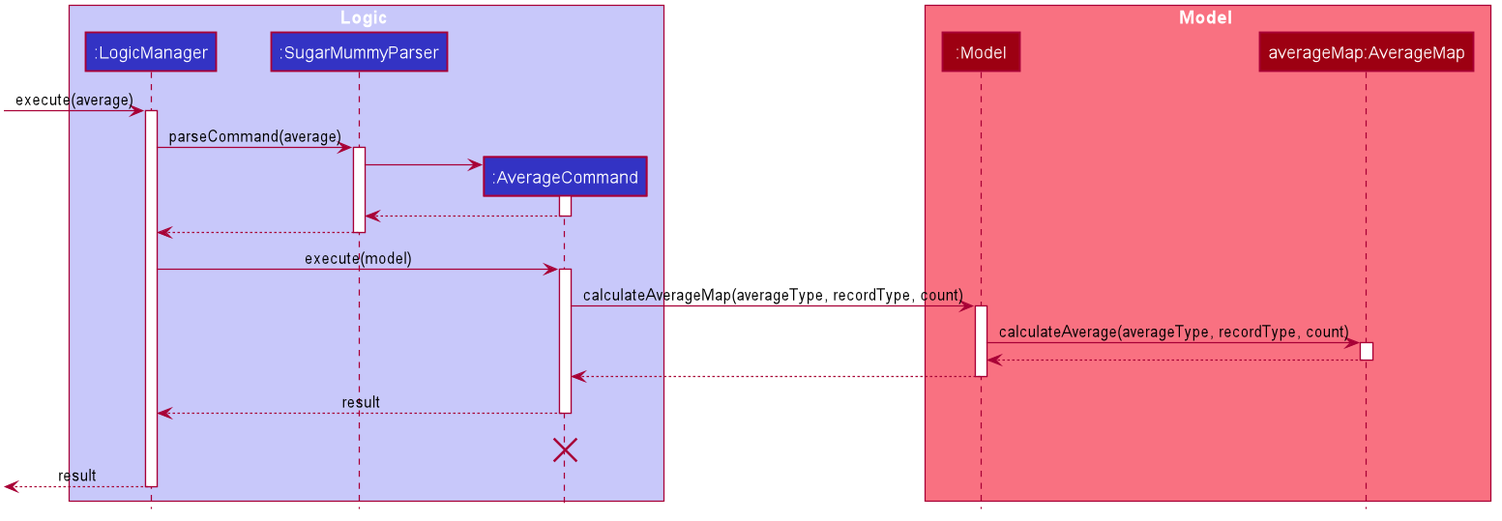
Above: images/AverageSequenceDiagram.png in AY1920S1-CS2103-T16-1/main (PlantUML), before the change.
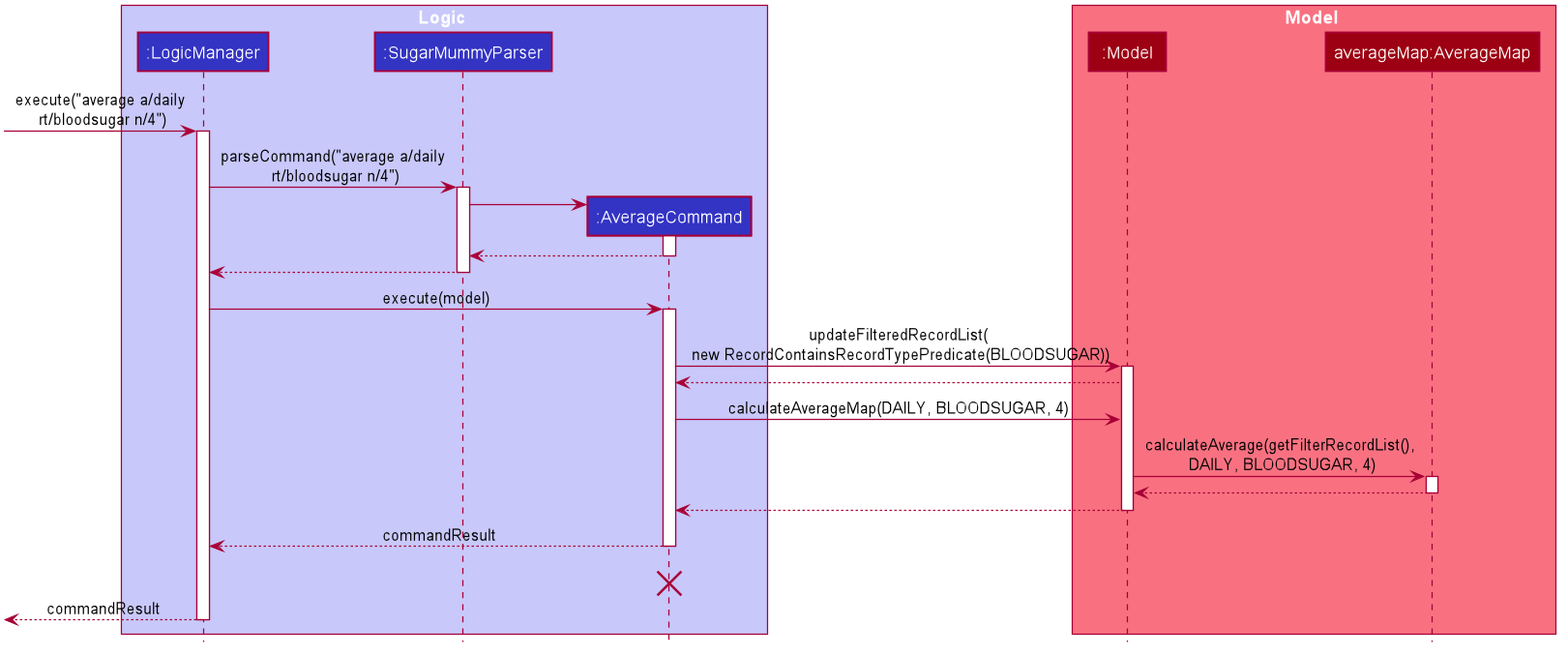
Later version of the same file.

The edit, as a diff of the source:
```diff
@@ -58,10 +58,10 @@
 participant ":Model" as Model #9D0012
 participant "averageMap:AverageMap" as AverageMap #9D0012
 end box
-[-> LogicManager : execute(average)
+[-> LogicManager : execute("average a/daily\n rt/bloodsugar n/4")
 activate LogicManager
 
-LogicManager -> SugarMummyParser : parseCommand(average)
+LogicManager -> SugarMummyParser : parseCommand("average a/daily\n rt/bloodsugar n/4")
 activate SugarMummyParser
 
 create AverageCommand
@@ -77,10 +77,14 @@
 LogicManager -> AverageCommand : execute(model)
 activate AverageCommand
 
-AverageCommand -> Model : calculateAverageMap(averageType, recordType, count)
+AverageCommand -> Model : updateFilteredRecordList(\n new RecordContainsRecordTypePredicate(BLOODSUGAR))
 activate Model
 
-Model -> AverageMap : calculateAverage(averageType, recordType, count)
+Model --> AverageCommand
+
+AverageCommand -> Model : calculateAverageMap(DAILY, BLOODSUGAR, 4)
+
+Model -> AverageMap : calculateAverage(getFilterRecordList(),\n DAILY, BLOODSUGAR, 4)
 activate AverageMap
 
 AverageMap --> Model
@@ -89,11 +93,11 @@
 Model --> AverageCommand
 deactivate Model
 
-AverageCommand --> LogicManager : result
+AverageCommand --> LogicManager : commandResult
 deactivate AverageCommand
 AverageCommand -[hidden]-> LogicManager : result
 destroy AverageCommand
 
-[<--LogicManager : result
+[<--LogicManager : commandResult
 deactivate LogicManager
 @enduml
```
